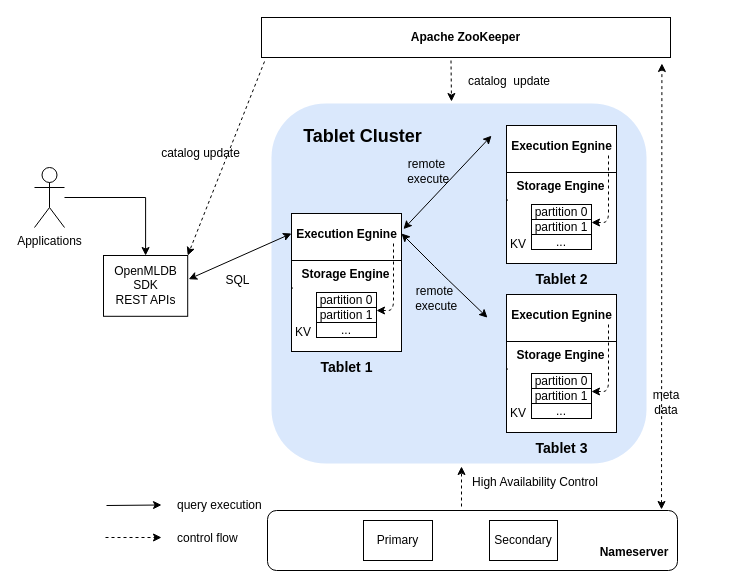
Before: page "Page-2" (1 of 4) of reference/arch/resources/architecture.drawio in 4paradigm/openmldb-docs-zh, a draw.io diagram. Source tidied: cells renumbered, new cells numbered last; positions are measured from the earlier drawing's top-left corner, leaving out a move shared by most shapes. Both pictures are drawn from the tidied source at 100%, with x=0, y=0 at pixel (34, 17).
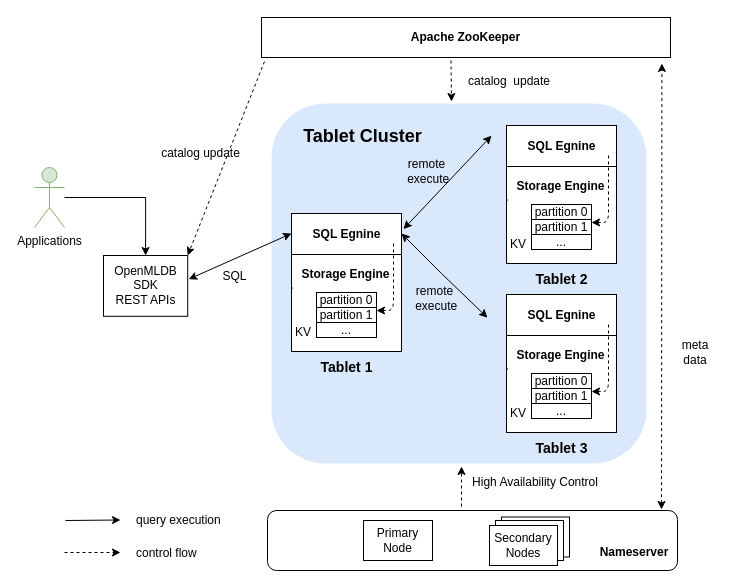
The same diagram, later.

Commit message (it also covers changes not shown here):
update the figure of arch

The change refers to these unchanged cells:
```xml
<mxCell id="33" style="group;" parent="1" vertex="1">
  <mxGeometry x="250" y="196" width="117" height="164" as="geometry" />
</mxCell>
<mxCell id="46" style="group;" parent="1" vertex="1">
  <mxGeometry x="465" y="108" width="117" height="164" as="geometry" />
</mxCell>
<mxCell id="59" style="group;" parent="1" vertex="1">
  <mxGeometry x="465" y="277" width="117" height="164" as="geometry" />
</mxCell>
```

Change to the diagram source:
```diff
@@
     <mxCell id="4" value="&lt;font style=&quot;font-size: 12px&quot;&gt;SQL&lt;/font&gt;" style="text;html=1;strokeColor=none;fillColor=none;align=center;verticalAlign=middle;whiteSpace=wrap;rounded=0;rotation=0;" parent="1" vertex="1">
-      <mxGeometry x="171.8" y="242" width="63.2" height="41.5" as="geometry" />
+      <mxGeometry x="168.8" y="238" width="63.2" height="41.5" as="geometry" />
     </mxCell>
-    <mxCell id="5" value="Primary" style="rounded=0;whiteSpace=wrap;html=1;labelBackgroundColor=none;strokeWidth=1;gradientColor=none;fontColor=#000000;" parent="1" vertex="1">
+    <mxCell id="5" value="Primary Node" style="rounded=0;whiteSpace=wrap;html=1;labelBackgroundColor=none;strokeWidth=1;gradientColor=none;fontColor=#000000;" parent="1" vertex="1">
       <mxGeometry x="329" y="503" width="69" height="40" as="geometry" />
     </mxCell>
-    <mxCell id="6" value="Secondary" style="rounded=0;whiteSpace=wrap;html=1;labelBackgroundColor=none;strokeWidth=1;gradientColor=none;fontColor=#000000;" parent="1" vertex="1">
-      <mxGeometry x="455" y="503" width="68" height="40" as="geometry" />
-    </mxCell>
@@
     <mxCell id="16" value="meta data" style="text;html=1;strokeColor=none;fillColor=none;align=center;verticalAlign=middle;whiteSpace=wrap;rounded=0;dashed=1;" parent="1" vertex="1">
-      <mxGeometry x="607.1" y="375.2" width="50" height="20" as="geometry" />
+      <mxGeometry x="636" y="325" width="50" height="20" as="geometry" />
     </mxCell>
@@
-    <mxCell id="22" value="control flow" style="text;html=1;strokeColor=none;fillColor=none;align=left;verticalAlign=middle;whiteSpace=wrap;rounded=0;" parent="1" vertex="1">
-      <mxGeometry x="141" y="511" width="88" height="20" as="geometry" />
-    </mxCell>
-    <mxCell id="23" value="query execution" style="text;html=1;strokeColor=none;fillColor=none;align=left;verticalAlign=middle;whiteSpace=wrap;rounded=0;" parent="1" vertex="1">
-      <mxGeometry x="141" y="478" width="90" height="20" as="geometry" />
-    </mxCell>
-    <mxCell id="24" style="endArrow=classic;html=1;" parent="1" edge="1">
-      <mxGeometry relative="1" as="geometry">
-        <mxPoint x="72" y="488" as="sourcePoint" />
-        <mxPoint x="127" y="487.5" as="targetPoint" />
-      </mxGeometry>
-    </mxCell>
-    <mxCell id="25" style="endArrow=classic;html=1;dashed=1;" parent="1" edge="1">
-      <mxGeometry relative="1" as="geometry">
-        <mxPoint x="71" y="520" as="sourcePoint" />
-        <mxPoint x="127" y="520" as="targetPoint" />
-      </mxGeometry>
-    </mxCell>
@@
-    <mxCell id="28" value="Applications" style="shape=umlActor;verticalLabelPosition=bottom;verticalAlign=top;html=1;outlineConnect=0;" parent="1" vertex="1">
+    <mxCell id="28" value="Applications" style="shape=umlActor;verticalLabelPosition=bottom;verticalAlign=top;html=1;outlineConnect=0;fillColor=#d5e8d4;strokeColor=#82b366;" parent="1" vertex="1">
       <mxGeometry y="150" width="30" height="60" as="geometry" />
     </mxCell>
@@
     <mxCell id="37" style="endArrow=none;html=1;" parent="33" edge="1">
       <mxGeometry relative="1" as="geometry">
-        <mxPoint x="7" y="47" as="sourcePoint" />
-        <mxPoint x="117" y="47" as="targetPoint" />
+        <mxPoint x="7" y="41" as="sourcePoint" />
+        <mxPoint x="117" y="41" as="targetPoint" />
       </mxGeometry>
     </mxCell>
-    <mxCell id="38" value="Execution Egnine" style="text;html=1;strokeColor=none;fillColor=none;align=center;verticalAlign=middle;whiteSpace=wrap;rounded=0;dashed=1;fontStyle=1;" parent="33" vertex="1">
+    <mxCell id="38" value="SQL Egnine" style="text;html=1;strokeColor=none;fillColor=none;align=center;verticalAlign=middle;whiteSpace=wrap;rounded=0;dashed=1;fontStyle=1;" parent="33" vertex="1">
       <mxGeometry x="10.8" y="7" width="102.5" height="28.5" as="geometry" />
     </mxCell>
@@
     <mxCell id="50" style="endArrow=none;html=1;" parent="46" edge="1">
       <mxGeometry relative="1" as="geometry">
-        <mxPoint x="7" y="47" as="sourcePoint" />
-        <mxPoint x="117" y="47" as="targetPoint" />
+        <mxPoint x="7" y="41" as="sourcePoint" />
+        <mxPoint x="117" y="41" as="targetPoint" />
       </mxGeometry>
     </mxCell>
-    <mxCell id="51" value="Execution Egnine" style="text;html=1;strokeColor=none;fillColor=none;align=center;verticalAlign=middle;whiteSpace=wrap;rounded=0;dashed=1;fontStyle=1;" parent="46" vertex="1">
+    <mxCell id="51" value="SQL Egnine" style="text;html=1;strokeColor=none;fillColor=none;align=center;verticalAlign=middle;whiteSpace=wrap;rounded=0;dashed=1;fontStyle=1;" parent="46" vertex="1">
       <mxGeometry x="10.8" y="7" width="102.5" height="28.5" as="geometry" />
     </mxCell>
@@
+    <mxCell id="72" style="rounded=0;whiteSpace=wrap;html=1;labelBackgroundColor=none;strokeWidth=1;gradientColor=none;fontColor=#000000;" parent="1" vertex="1">
+      <mxGeometry x="467" y="499.5" width="68" height="40" as="geometry" />
+    </mxCell>
+    <mxCell id="73" style="rounded=0;whiteSpace=wrap;html=1;labelBackgroundColor=none;strokeWidth=1;gradientColor=none;fontColor=#000000;" parent="1" vertex="1">
+      <mxGeometry x="461" y="503" width="68" height="40" as="geometry" />
+    </mxCell>
@@
     <mxCell id="63" style="endArrow=none;html=1;" parent="59" edge="1">
       <mxGeometry relative="1" as="geometry">
-        <mxPoint x="7" y="47" as="sourcePoint" />
-        <mxPoint x="117" y="47" as="targetPoint" />
+        <mxPoint x="7" y="41" as="sourcePoint" />
+        <mxPoint x="117" y="41" as="targetPoint" />
       </mxGeometry>
     </mxCell>
-    <mxCell id="64" value="Execution Egnine" style="text;html=1;strokeColor=none;fillColor=none;align=center;verticalAlign=middle;whiteSpace=wrap;rounded=0;dashed=1;fontStyle=1;" parent="59" vertex="1">
+    <mxCell id="64" value="SQL Egnine" style="text;html=1;strokeColor=none;fillColor=none;align=center;verticalAlign=middle;whiteSpace=wrap;rounded=0;dashed=1;fontStyle=1;" parent="59" vertex="1">
       <mxGeometry x="10.8" y="7" width="102.5" height="28.5" as="geometry" />
     </mxCell>
@@
+    <mxCell id="74" style="group;" parent="1" vertex="1">
+      <mxGeometry x="30" y="493" width="160" height="53" as="geometry" />
+    </mxCell>
+    <mxCell id="22" value="control flow" style="text;html=1;strokeColor=none;fillColor=none;align=left;verticalAlign=middle;whiteSpace=wrap;rounded=0;" parent="74" vertex="1">
+      <mxGeometry x="70" y="33" width="88" height="20" as="geometry" />
+    </mxCell>
+    <mxCell id="23" value="query execution" style="text;html=1;strokeColor=none;fillColor=none;align=left;verticalAlign=middle;whiteSpace=wrap;rounded=0;" parent="74" vertex="1">
+      <mxGeometry x="70" width="90" height="20" as="geometry" />
+    </mxCell>
+    <mxCell id="24" style="endArrow=classic;html=1;" parent="74" edge="1">
+      <mxGeometry relative="1" as="geometry">
+        <mxPoint x="1" y="10" as="sourcePoint" />
+        <mxPoint x="56" y="9.5" as="targetPoint" />
+      </mxGeometry>
+    </mxCell>
+    <mxCell id="25" style="endArrow=classic;html=1;dashed=1;" parent="74" edge="1">
+      <mxGeometry relative="1" as="geometry">
+        <mxPoint y="42" as="sourcePoint" />
+        <mxPoint x="56" y="42" as="targetPoint" />
+      </mxGeometry>
+    </mxCell>
+    <mxCell id="6" value="Secondary Nodes" style="rounded=0;whiteSpace=wrap;html=1;labelBackgroundColor=none;strokeWidth=1;gradientColor=none;fontColor=#000000;" parent="1" vertex="1">
+      <mxGeometry x="455" y="508" width="68" height="40" as="geometry" />
+    </mxCell>
```
